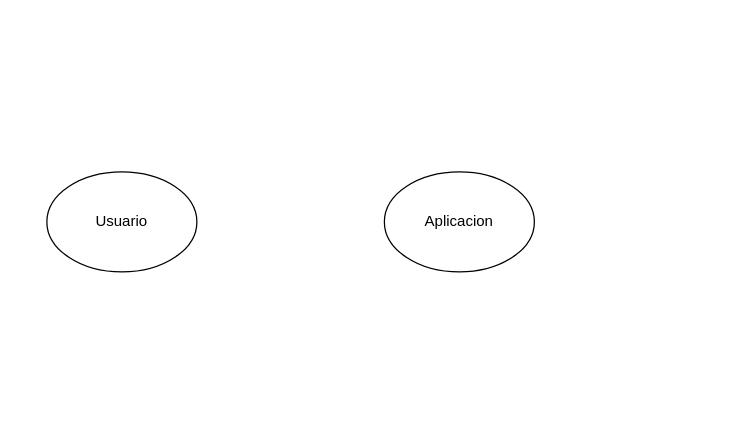
Before: proyecto.drawio in JSMONTOYAS/Database_foundations, a draw.io diagram. Source tidied: cells renumbered, new cells numbered last; positions are measured from the earlier drawing's top-left corner, leaving out a move shared by most shapes. Both pictures are drawn from the tidied source at 125%, with x=0, y=0 at pixel (46, 171).
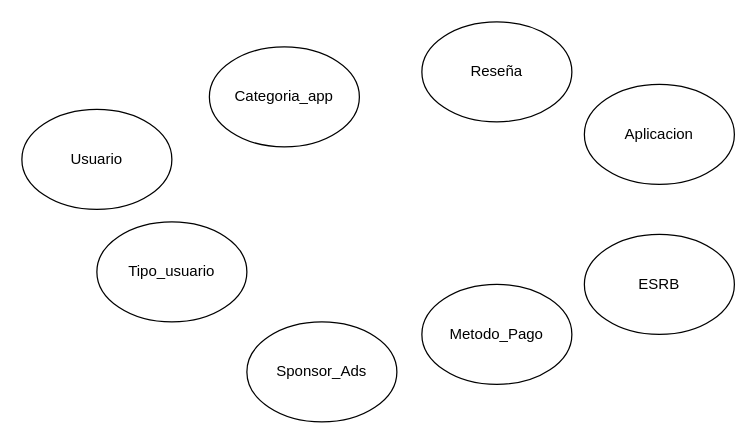
After the change.

Change to the diagram source:
```diff
@@
 <mxGraphModel>
   <root>
     <mxCell id="0" />
     <mxCell id="1" parent="0" />
     <mxCell id="2" value="Usuario" style="ellipse;whiteSpace=wrap;html=1;" parent="1" vertex="1">
-      <mxGeometry width="120" height="80" as="geometry" />
+      <mxGeometry x="-20" y="-50" width="120" height="80" as="geometry" />
     </mxCell>
     <mxCell id="3" value="Aplicacion" style="ellipse;whiteSpace=wrap;html=1;" parent="1" vertex="1">
-      <mxGeometry x="270" width="120" height="80" as="geometry" />
+      <mxGeometry x="430" y="-70" width="120" height="80" as="geometry" />
     </mxCell>
+    <mxCell id="4" value="Categoria_app" style="ellipse;whiteSpace=wrap;html=1;" parent="1" vertex="1">
+      <mxGeometry x="130" y="-100" width="120" height="80" as="geometry" />
+    </mxCell>
+    <mxCell id="5" value="Tipo_usuario" style="ellipse;whiteSpace=wrap;html=1;" parent="1" vertex="1">
+      <mxGeometry x="40" y="40" width="120" height="80" as="geometry" />
+    </mxCell>
+    <mxCell id="6" value="Reseña" style="ellipse;whiteSpace=wrap;html=1;" parent="1" vertex="1">
+      <mxGeometry x="300" y="-120" width="120" height="80" as="geometry" />
+    </mxCell>
+    <mxCell id="7" value="Metodo_Pago" style="ellipse;whiteSpace=wrap;html=1;" parent="1" vertex="1">
+      <mxGeometry x="300" y="90" width="120" height="80" as="geometry" />
+    </mxCell>
+    <mxCell id="8" value="ESRB" style="ellipse;whiteSpace=wrap;html=1;" parent="1" vertex="1">
+      <mxGeometry x="430" y="50" width="120" height="80" as="geometry" />
+    </mxCell>
+    <mxCell id="9" value="Sponsor_Ads" style="ellipse;whiteSpace=wrap;html=1;" parent="1" vertex="1">
+      <mxGeometry x="160" y="120" width="120" height="80" as="geometry" />
+    </mxCell>
   </root>
 </mxGraphModel>
```
